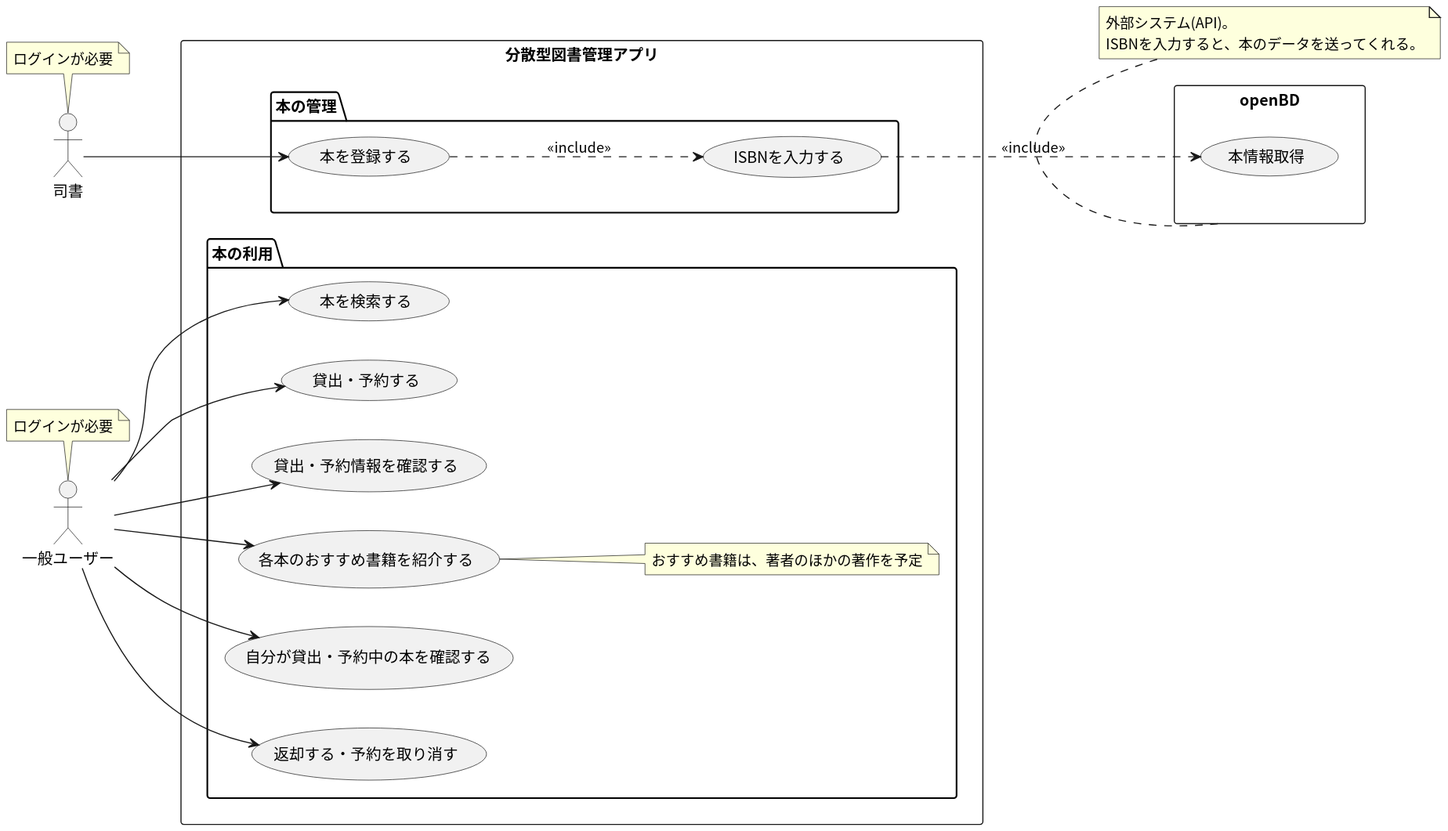
Before: docs/usecase/book_management_and_use/book_management_and_use.svg, a diagram exported from PlantUML (tomoki-shiozaki/distributed-library).
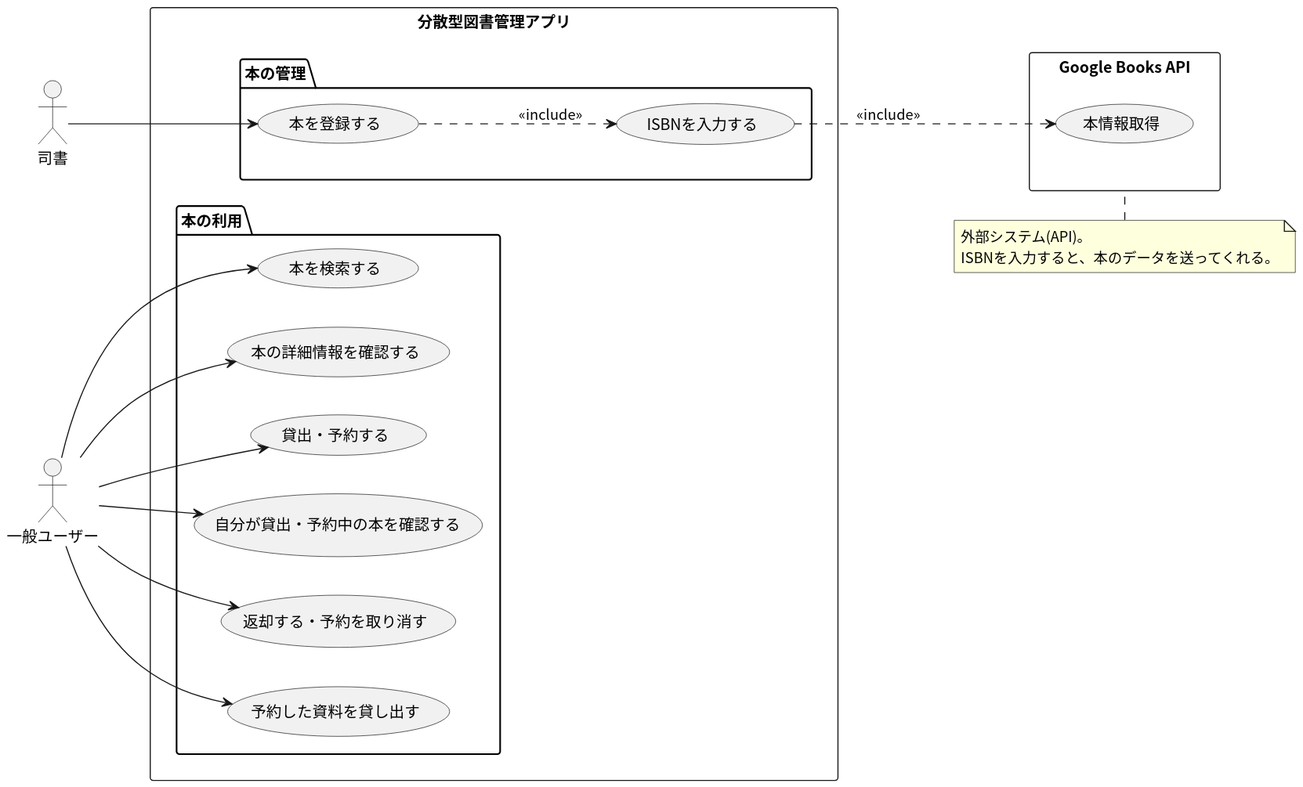
Above is the later version.

Commit message:
docs(usecase): update usecase diagram

The edit, as a diff of the source:
```diff
@@ -9,28 +9,23 @@
 rectangle "分散型図書管理アプリ" {
 package "本の管理" {
   (本を登録する)
+  (ISBNを入力する)
   (本を登録する) ..> (ISBNを入力する) : <<include>>
 }
 
 package "本の利用" {
   (本を検索する)
+  (本の詳細情報を確認する)
   (貸出・予約する)
-  (ISBNを入力する)
-  (貸出・予約情報を確認する)
-  (各本のおすすめ書籍を紹介する)
-
 
   (自分が貸出・予約中の本を確認する)
   (返却する・予約を取り消す)
-
-  note right of (各本のおすすめ書籍を紹介する)
-  おすすめ書籍は、著者のほかの著作を予定
-  end note
+  (予約した資料を貸し出す)
 
 }
 }
 
-rectangle "openBD" {
+rectangle "Google Books API" {
   (本情報取得)
 }
 
@@ -39,26 +34,15 @@
 
 loggedInUser --> (本を検索する)
 loggedInUser --> (貸出・予約する)
-loggedInUser --> (貸出・予約情報を確認する)
-loggedInUser --> (各本のおすすめ書籍を紹介する)
+loggedInUser --> (本の詳細情報を確認する)
 
 (ISBNを入力する) ..> (本情報取得) : <<include>>
 
 loggedInUser --> (自分が貸出・予約中の本を確認する)
 loggedInUser --> (返却する・予約を取り消す)
+loggedInUser --> (予約した資料を貸し出す)
 
-
-note top of (loggedInLibrarian)
-    ログインが必要
-end note
-
-note top of (loggedInUser)
-    ログインが必要
-end note
-
-
-
-note bottom of "openBD"
+note top of "Google Books API"
     外部システム(API)。
     ISBNを入力すると、本のデータを送ってくれる。
 end note
```
